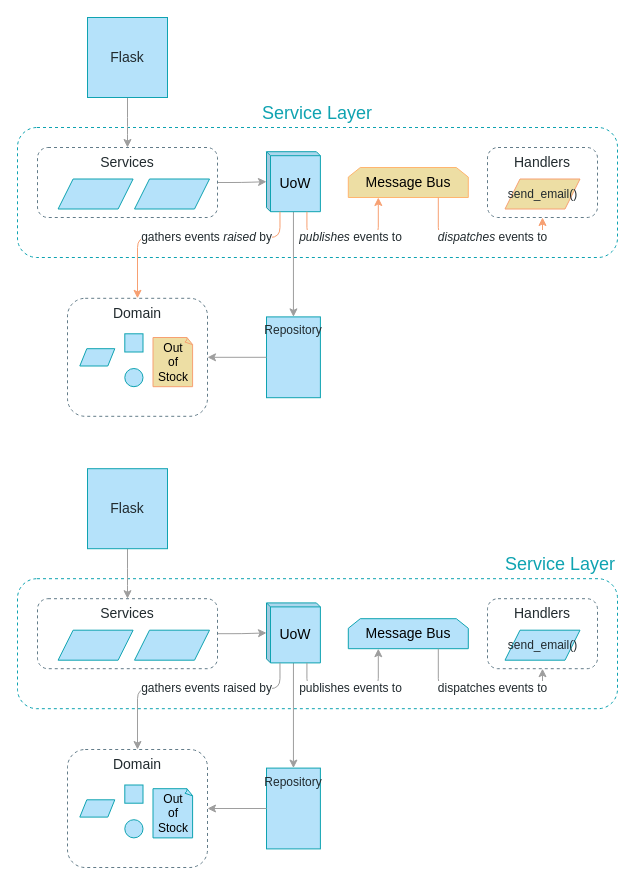
The draw.io diagram page "Chapter 8" (6 of 11) of maps.drawio in cosmicpython/book, before the edit. Source tidied: cells renumbered, new cells numbered last; positions are measured from the earlier drawing's top-left corner, leaving out a move shared by most shapes. Both pictures are drawn from the tidied source at 100%, with x=0, y=0 at pixel (17, 17).
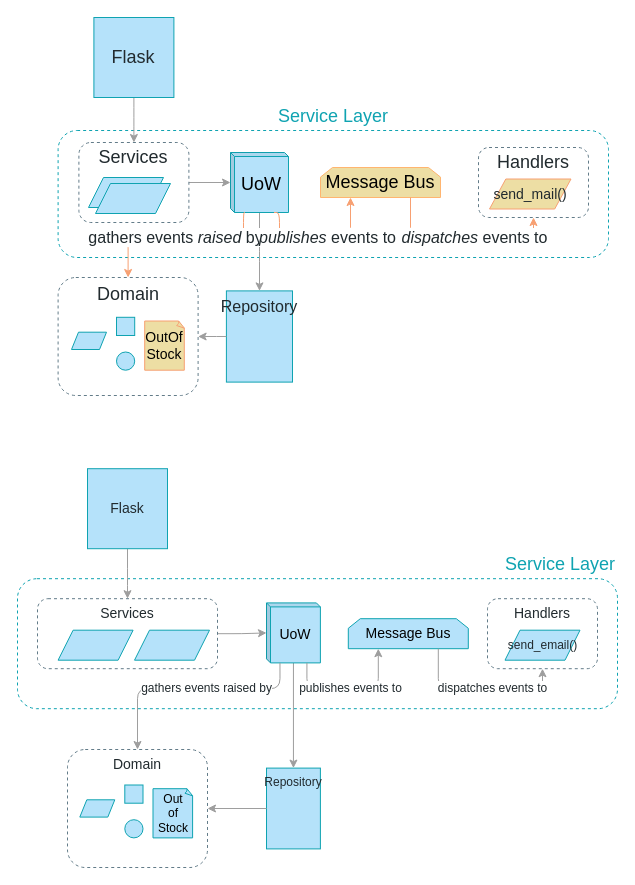
The same diagram, later.

Commit message:
increase fonts etc on messagebus1

What changed in the source:
```diff
@@
+    <mxCell id="3" value="Service Layer" style="rounded=1;whiteSpace=wrap;html=1;shadow=0;dashed=1;fontFamily=Guardian Sans Cond Light;fontSize=18;fontColor=#0FA3B1;align=center;strokeColor=#0FA3B1;gradientColor=#ffffff;fillColor=none;labelPosition=center;verticalLabelPosition=top;verticalAlign=bottom;" parent="1" vertex="1">
+      <mxGeometry x="40.6" y="113" width="550.4" height="127" as="geometry" />
+    </mxCell>
-    <mxCell id="2" value="Handlers" style="rounded=1;whiteSpace=wrap;html=1;fontFamily=Guardian Sans Cond Light;verticalAlign=top;fontSize=14;fontColor=#212A2E;fillColor=none;strokeColor=#637C89;fontStyle=0;dashed=1;" parent="1" vertex="1">
-      <mxGeometry x="470" y="130" width="110" height="70" as="geometry" />
+    <mxCell id="2" value="Handlers" style="rounded=1;whiteSpace=wrap;html=1;fontFamily=Guardian Sans Cond Light;verticalAlign=top;fontSize=18;fontColor=#212A2E;fillColor=none;strokeColor=#637C89;fontStyle=0;dashed=1;spacing=0;" parent="1" vertex="1">
+      <mxGeometry x="461" y="130" width="110" height="70" as="geometry" />
     </mxCell>
-    <mxCell id="3" value="Service Layer" style="rounded=1;whiteSpace=wrap;html=1;shadow=0;dashed=1;fontFamily=Guardian Sans Cond Light;fontSize=18;fontColor=#0FA3B1;align=center;strokeColor=#0FA3B1;gradientColor=#ffffff;fillColor=none;labelPosition=center;verticalLabelPosition=top;verticalAlign=bottom;" parent="1" vertex="1">
-      <mxGeometry y="110" width="600" height="130" as="geometry" />
-    </mxCell>
     <mxCell id="4" style="edgeStyle=orthogonalEdgeStyle;jettySize=auto;html=1;entryX=0.5;entryY=0;entryDx=0;entryDy=0;strokeColor=#9E9E9E;fillColor=#B5E2FA;fontFamily=Guardian Sans Cond Light;fontSize=12;fontColor=#212A2E;verticalAlign=middle;" parent="1" edge="1" source="5" target="20">
       <mxGeometry relative="1" as="geometry">
         <Array as="points">
-          <mxPoint x="110" y="110" />
-          <mxPoint x="110" y="110" />
+          <mxPoint x="116" y="100" />
+          <mxPoint x="116" y="100" />
         </Array>
       </mxGeometry>
     </mxCell>
-    <mxCell id="5" value="Flask" style="whiteSpace=wrap;html=1;strokeColor=#0FA3B1;fillColor=#B5E2FA;gradientColor=none;fontFamily=Guardian Sans Cond Light;fontSize=14;fontColor=#212A2E;" parent="1" vertex="1">
-      <mxGeometry x="70" width="80" height="80" as="geometry" />
+    <mxCell id="5" value="Flask" style="whiteSpace=wrap;html=1;strokeColor=#0FA3B1;fillColor=#B5E2FA;gradientColor=none;fontFamily=Guardian Sans Cond Light;fontSize=18;fontColor=#212A2E;" parent="1" vertex="1">
+      <mxGeometry x="76.4" width="80" height="80" as="geometry" />
     </mxCell>
@@
-    <mxCell id="7" value="UoW" style="shape=cube;whiteSpace=wrap;html=1;boundedLbl=1;backgroundOutline=1;darkOpacity=0.05;darkOpacity2=0.1;fontFamily=Guardian Sans Cond Light;fontSize=14;fontColor=#000000;align=center;strokeColor=#0FA3B1;fillColor=#B5E2FA;size=4;" parent="1" vertex="1">
-      <mxGeometry x="249" y="134.2" width="53.9" height="60" as="geometry" />
+    <mxCell id="7" value="UoW" style="shape=cube;whiteSpace=wrap;html=1;boundedLbl=1;backgroundOutline=1;darkOpacity=0.05;darkOpacity2=0.1;fontFamily=Guardian Sans Cond Light;fontSize=18;fontColor=#000000;align=center;strokeColor=#0FA3B1;fillColor=#B5E2FA;size=4;" parent="1" vertex="1">
+      <mxGeometry x="213" y="135" width="58" height="60" as="geometry" />
     </mxCell>
@@
-    <mxCell id="9" value="Message Bus" style="shape=loopLimit;whiteSpace=wrap;html=1;fontFamily=Guardian Sans Cond Light;fontSize=14;fontColor=#000000;align=center;strokeColor=#FFB570;fillColor=#EDDEA4;size=12;" parent="1" vertex="1">
-      <mxGeometry x="330.8" y="150" width="120" height="30" as="geometry" />
+    <mxCell id="9" value="Message Bus" style="shape=loopLimit;whiteSpace=wrap;html=1;fontFamily=Guardian Sans Cond Light;fontSize=18;fontColor=#000000;align=center;strokeColor=#FFB570;fillColor=#EDDEA4;size=12;" parent="1" vertex="1">
+      <mxGeometry x="303" y="150" width="120" height="30" as="geometry" />
     </mxCell>
-    <mxCell id="10" value="Domain" style="rounded=1;whiteSpace=wrap;html=1;fontFamily=Guardian Sans Cond Light;verticalAlign=top;fontSize=14;fontColor=#212A2E;fillColor=none;strokeColor=#637C89;dashed=1;" parent="1" vertex="1">
-      <mxGeometry x="50" y="280.8" width="140" height="118" as="geometry" />
+    <mxCell id="10" value="Domain" style="rounded=1;whiteSpace=wrap;html=1;fontFamily=Guardian Sans Cond Light;verticalAlign=top;fontSize=18;fontColor=#212A2E;fillColor=none;strokeColor=#637C89;dashed=1;" parent="1" vertex="1">
+      <mxGeometry x="40.6" y="260" width="140" height="118" as="geometry" />
     </mxCell>
     <mxCell id="11" style="whiteSpace=wrap;html=1;fontSize=14;strokeColor=#0FA3B1;fillColor=#B5E2FA;fontFamily=Guardian Sans Cond Light;" parent="1" vertex="1">
-      <mxGeometry x="107.3" y="316.3" width="18.2" height="18.2" as="geometry" />
+      <mxGeometry x="99" y="299.8" width="18.2" height="18.2" as="geometry" />
     </mxCell>
     <mxCell id="12" style="ellipse;whiteSpace=wrap;html=1;fontSize=14;strokeColor=#0FA3B1;fillColor=#B5E2FA;fontFamily=Guardian Sans Cond Light;" parent="1" vertex="1">
-      <mxGeometry x="107.3" y="351" width="18.2" height="18.2" as="geometry" />
+      <mxGeometry x="99" y="334.5" width="18.2" height="18.2" as="geometry" />
     </mxCell>
     <mxCell id="13" style="shape=parallelogram;perimeter=parallelogramPerimeter;whiteSpace=wrap;html=1;fontFamily=Guardian Sans Cond Light;fontSize=14;fontColor=#000000;align=center;strokeColor=#0FA3B1;fillColor=#B5E2FA;" parent="1" vertex="1">
-      <mxGeometry x="62.3" y="331.2" width="35" height="17.3" as="geometry" />
+      <mxGeometry x="54" y="314.7" width="35" height="17.3" as="geometry" />
     </mxCell>
-    <mxCell id="14" value="Repository" style="whiteSpace=wrap;html=1;strokeColor=#0FA3B1;fillColor=#B5E2FA;gradientColor=none;fontFamily=Guardian Sans Cond Light;fontSize=12;fontColor=#212A2E;verticalAlign=top;" parent="1" vertex="1">
-      <mxGeometry x="249" y="299.4" width="53.9" height="80.8" as="geometry" />
+    <mxCell id="14" value="Repository" style="whiteSpace=wrap;html=1;strokeColor=#0FA3B1;fillColor=#B5E2FA;gradientColor=none;fontFamily=Guardian Sans Cond Light;fontSize=16;fontColor=#212A2E;verticalAlign=top;" parent="1" vertex="1">
+      <mxGeometry x="208.9" y="273.4" width="66.1" height="91.2" as="geometry" />
     </mxCell>
-    <mxCell id="15" value="&lt;div&gt;Out&lt;/div&gt;&lt;div&gt;of&lt;/div&gt;&lt;div&gt;Stock&lt;br&gt;&lt;/div&gt;" style="whiteSpace=wrap;html=1;shape=mxgraph.basic.document;rounded=1;strokeColor=#F7A072;fillColor=#EDDEA4;fontFamily=Guardian Sans Cond Light;fontSize=12;" parent="1" vertex="1">
-      <mxGeometry x="135.5" y="320" width="40" height="49.2" as="geometry" />
+    <mxCell id="15" value="&lt;div style=&quot;font-size: 14px&quot;&gt;OutOf&lt;/div&gt;&lt;div style=&quot;font-size: 14px&quot;&gt;Stock&lt;br style=&quot;font-size: 14px&quot;&gt;&lt;/div&gt;" style="whiteSpace=wrap;html=1;shape=mxgraph.basic.document;rounded=1;strokeColor=#F7A072;fillColor=#EDDEA4;fontFamily=Guardian Sans Cond Light;fontSize=14;spacing=0;" parent="1" vertex="1">
+      <mxGeometry x="127.2" y="303.5" width="40" height="49.2" as="geometry" />
     </mxCell>
-    <mxCell id="16" value="gathers events &lt;i&gt;raised&lt;/i&gt; by" style="edgeStyle=orthogonalEdgeStyle;jettySize=auto;html=1;strokeColor=#F7A072;fillColor=#B5E2FA;fontFamily=Guardian Sans Cond Light;fontSize=12;fontColor=#212A2E;exitX=0.25;exitY=1;exitDx=0;exitDy=0;entryX=0.5;entryY=0;entryDx=0;entryDy=0;" parent="1" edge="1" source="7" target="10">
-      <mxGeometry x="-0.14" relative="1" as="geometry">
+    <mxCell id="16" value="gathers events &lt;i style=&quot;font-size: 16px;&quot;&gt;raised&lt;/i&gt; by" style="edgeStyle=orthogonalEdgeStyle;jettySize=auto;html=1;strokeColor=#F7A072;fillColor=#B5E2FA;fontFamily=Guardian Sans Cond Light;fontSize=16;fontColor=#212A2E;exitX=0.25;exitY=1;exitDx=0;exitDy=0;entryX=0.5;entryY=0;entryDx=0;entryDy=0;" parent="1" edge="1" source="7" target="10">
+      <mxGeometry x="0.04" relative="1" as="geometry">
         <Array as="points">
-          <mxPoint x="263" y="220" />
-          <mxPoint x="120" y="220" />
+          <mxPoint x="226" y="220" />
+          <mxPoint x="111" y="220" />
         </Array>
       </mxGeometry>
     </mxCell>
-    <mxCell id="17" value="&lt;i&gt;publishes&lt;/i&gt; events to" style="edgeStyle=orthogonalEdgeStyle;jettySize=auto;html=1;strokeColor=#F7A072;fillColor=#B5E2FA;fontFamily=Guardian Sans Cond Light;fontSize=12;fontColor=#212A2E;exitX=0.75;exitY=1;exitDx=0;exitDy=0;entryX=0.25;entryY=1;entryDx=0;entryDy=0;" parent="1" edge="1" source="7" target="9">
-      <mxGeometry relative="1" as="geometry">
+    <mxCell id="17" value="&lt;i style=&quot;font-size: 16px;&quot;&gt;publishes&lt;/i&gt; events to" style="edgeStyle=orthogonalEdgeStyle;jettySize=auto;html=1;strokeColor=#F7A072;fillColor=#B5E2FA;fontFamily=Guardian Sans Cond Light;fontSize=16;fontColor=#212A2E;exitX=0.75;exitY=1;exitDx=0;exitDy=0;entryX=0.25;entryY=1;entryDx=0;entryDy=0;" parent="1" edge="1" source="7" target="9">
+      <mxGeometry x="0.1" relative="1" as="geometry">
         <Array as="points">
-          <mxPoint x="289" y="220" />
-          <mxPoint x="360" y="220" />
+          <mxPoint x="262" y="220" />
+          <mxPoint x="333" y="220" />
         </Array>
       </mxGeometry>
     </mxCell>
-    <mxCell id="18" value="&lt;i&gt;dispatches&lt;/i&gt; events to" style="edgeStyle=orthogonalEdgeStyle;jettySize=auto;html=1;strokeColor=#F7A072;fillColor=#B5E2FA;fontFamily=Guardian Sans Cond Light;fontSize=12;fontColor=#212A2E;exitX=0.75;exitY=1;exitDx=0;exitDy=0;entryX=0.5;entryY=1;entryDx=0;entryDy=0;" parent="1" edge="1" source="9" target="2">
+    <mxCell id="18" value="&lt;i style=&quot;font-size: 16px;&quot;&gt;dispatches&lt;/i&gt; events to" style="edgeStyle=orthogonalEdgeStyle;jettySize=auto;html=1;strokeColor=#F7A072;fillColor=#B5E2FA;fontFamily=Guardian Sans Cond Light;fontSize=16;fontColor=#212A2E;exitX=0.75;exitY=1;exitDx=0;exitDy=0;entryX=0.5;entryY=1;entryDx=0;entryDy=0;" parent="1" edge="1" source="9" target="2">
       <mxGeometry x="0.14" relative="1" as="geometry">
         <Array as="points">
           <mxPoint x="420" y="220" />
           <mxPoint x="525" y="220" />
         </Array>
       </mxGeometry>
     </mxCell>
-    <mxCell id="19" style="edgeStyle=orthogonalEdgeStyle;jettySize=auto;html=1;strokeColor=#9E9E9E;fillColor=#B5E2FA;fontFamily=Guardian Sans Cond Light;fontSize=12;fontColor=#212A2E;exitX=0;exitY=0.5;exitDx=0;exitDy=0;" parent="1" edge="1" source="14" target="10">
+    <mxCell id="19" style="edgeStyle=orthogonalEdgeStyle;jettySize=auto;html=1;strokeColor=#9E9E9E;fillColor=#B5E2FA;fontFamily=Guardian Sans Cond Light;fontSize=12;fontColor=#212A2E;" parent="1" edge="1" source="14" target="10">
       <mxGeometry relative="1" as="geometry" />
     </mxCell>
-    <mxCell id="20" value="Services" style="rounded=1;whiteSpace=wrap;html=1;fontFamily=Guardian Sans Cond Light;verticalAlign=top;fontSize=14;fontColor=#212A2E;fillColor=none;strokeColor=#637C89;fontStyle=0;dashed=1;" parent="1" vertex="1">
-      <mxGeometry x="20" y="130" width="180" height="70" as="geometry" />
+    <mxCell id="20" value="Services" style="rounded=1;whiteSpace=wrap;html=1;fontFamily=Guardian Sans Cond Light;verticalAlign=top;fontSize=18;fontColor=#212A2E;fillColor=none;strokeColor=#637C89;fontStyle=0;dashed=1;spacing=0;" parent="1" vertex="1">
+      <mxGeometry x="61.4" y="125" width="110" height="80" as="geometry" />
     </mxCell>
-    <mxCell id="21" style="shape=parallelogram;perimeter=parallelogramPerimeter;whiteSpace=wrap;html=1;fontFamily=Guardian Sans Cond Light;fontSize=14;fontColor=#212A2E;align=center;strokeColor=#0FA3B1;fillColor=#B5E2FA;" parent="1" vertex="1">
-      <mxGeometry x="40.6" y="161.5" width="75" height="30" as="geometry" />
-    </mxCell>
-    <mxCell id="22" style="shape=parallelogram;perimeter=parallelogramPerimeter;whiteSpace=wrap;html=1;fontFamily=Guardian Sans Cond Light;fontSize=14;fontColor=#212A2E;align=center;strokeColor=#0FA3B1;fillColor=#B5E2FA;" parent="1" vertex="1">
-      <mxGeometry x="117" y="161.5" width="75" height="30" as="geometry" />
-    </mxCell>
-    <mxCell id="23" value="send_email()" style="shape=parallelogram;perimeter=parallelogramPerimeter;whiteSpace=wrap;html=1;fontFamily=Guardian Sans Cond Light;fontSize=12;fontColor=#212A2E;align=center;strokeColor=#F7A072;fillColor=#EDDEA4;" parent="1" vertex="1">
-      <mxGeometry x="487.5" y="161.5" width="75" height="30" as="geometry" />
+    <mxCell id="23" value="send_mail()" style="shape=parallelogram;perimeter=parallelogramPerimeter;whiteSpace=wrap;html=1;fontFamily=Guardian Sans Cond Light;fontSize=14;fontColor=#212A2E;align=center;strokeColor=#F7A072;fillColor=#EDDEA4;" parent="1" vertex="1">
+      <mxGeometry x="472" y="161.5" width="81.5" height="30" as="geometry" />
     </mxCell>
@@
+    <mxCell id="46" style="group;" parent="1" vertex="1">
+      <mxGeometry x="71" y="160" width="82" height="36" as="geometry" />
+    </mxCell>
+    <mxCell id="21" style="shape=parallelogram;perimeter=parallelogramPerimeter;whiteSpace=wrap;html=1;fontFamily=Guardian Sans Cond Light;fontSize=14;fontColor=#212A2E;align=center;strokeColor=#0FA3B1;fillColor=#B5E2FA;" parent="46" vertex="1">
+      <mxGeometry width="75" height="30" as="geometry" />
+    </mxCell>
+    <mxCell id="22" style="shape=parallelogram;perimeter=parallelogramPerimeter;whiteSpace=wrap;html=1;fontFamily=Guardian Sans Cond Light;fontSize=14;fontColor=#212A2E;align=center;strokeColor=#0FA3B1;fillColor=#B5E2FA;" parent="46" vertex="1">
+      <mxGeometry x="7" y="6" width="75" height="30" as="geometry" />
+    </mxCell>
```
